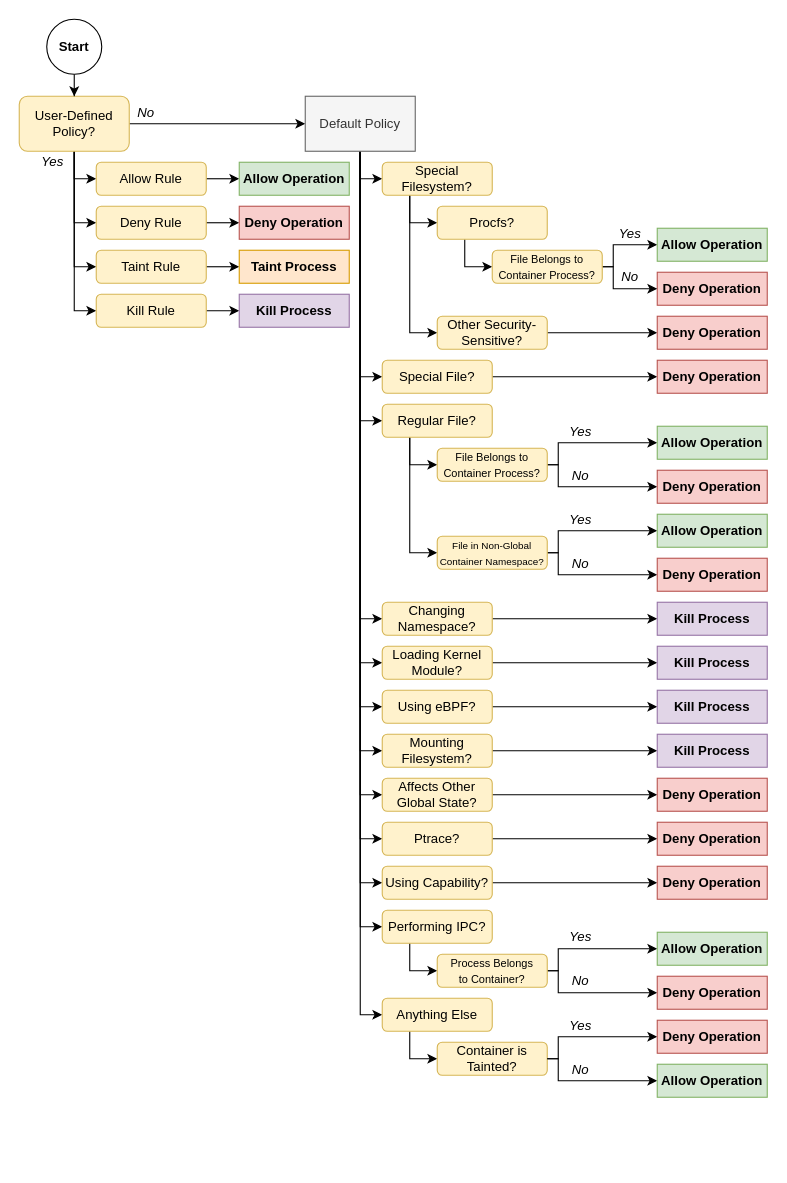
Before: thesis/figs/bpfcontain/drawio/enforcement.drawio in willfindlay/masters-thesis, a draw.io diagram. Source tidied: cells renumbered, new cells numbered last; positions are measured from the earlier drawing's top-left corner, leaving out a move shared by most shapes. Both pictures are drawn from the tidied source at 110%, with x=0, y=0 at pixel (19, 19).
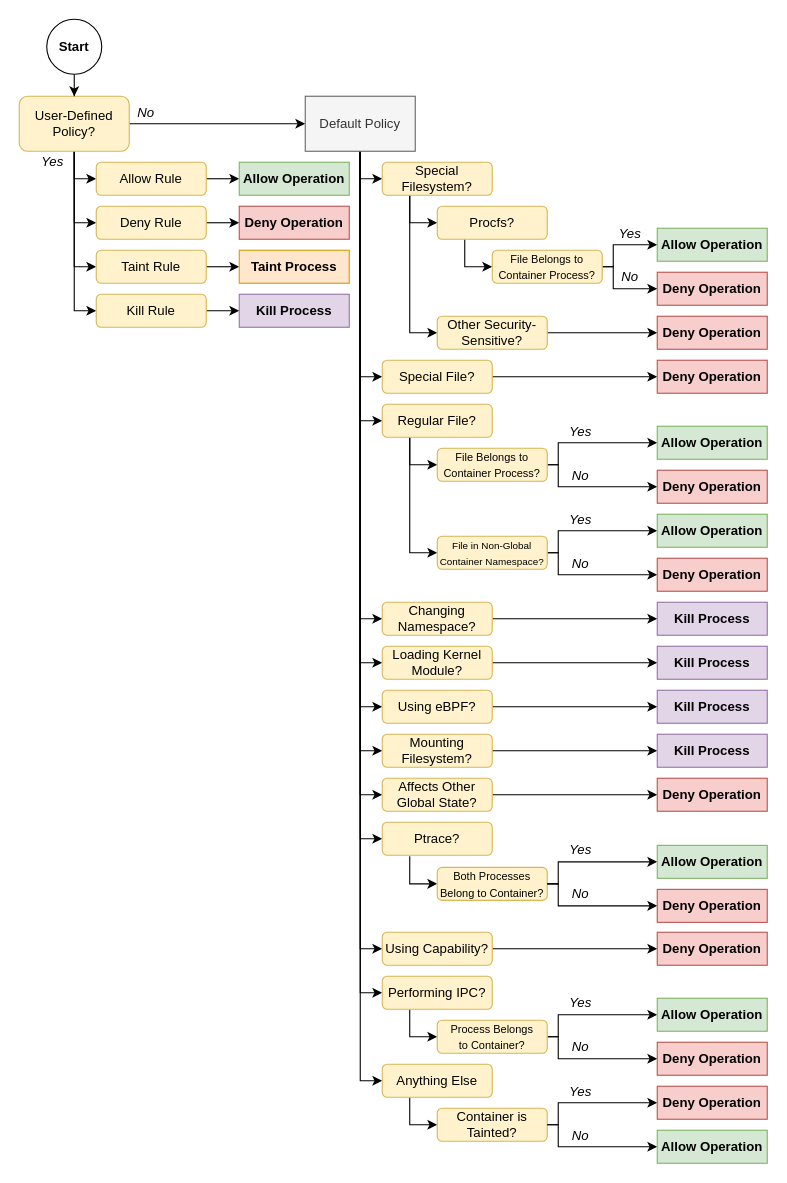
The same page after the edit.

What changed in the source:
```diff
@@
     <mxCell id="70" style="edgeStyle=orthogonalEdgeStyle;rounded=0;jettySize=auto;html=1;exitX=0.25;exitY=1;exitDx=0;exitDy=0;entryX=0;entryY=0.5;entryDx=0;entryDy=0;" parent="1" edge="1" source="71" target="76">
       <mxGeometry relative="1" as="geometry">
         <Array as="points">
-          <mxPoint x="355" y="865" />
+          <mxPoint x="355" y="925" />
         </Array>
       </mxGeometry>
     </mxCell>
     <mxCell id="71" value="Performing IPC?" style="rounded=1;whiteSpace=wrap;html=1;fillColor=#fff2cc;strokeColor=#d6b656;" parent="1" vertex="1">
-      <mxGeometry x="330" y="810" width="100" height="30" as="geometry" />
+      <mxGeometry x="330" y="870" width="100" height="30" as="geometry" />
     </mxCell>
     <mxCell id="72" style="edgeStyle=orthogonalEdgeStyle;rounded=0;jettySize=auto;html=1;exitX=1;exitY=0.5;exitDx=0;exitDy=0;" parent="1" edge="1" source="76" target="74">
       <mxGeometry relative="1" as="geometry">
         <Array as="points">
-          <mxPoint x="490" y="865" />
-          <mxPoint x="490" y="845" />
+          <mxPoint x="490" y="925" />
+          <mxPoint x="490" y="905" />
         </Array>
       </mxGeometry>
     </mxCell>
     <mxCell id="73" style="edgeStyle=orthogonalEdgeStyle;rounded=0;jettySize=auto;html=1;exitX=1;exitY=0.5;exitDx=0;exitDy=0;" parent="1" edge="1" source="76" target="75">
       <mxGeometry relative="1" as="geometry">
         <Array as="points">
-          <mxPoint x="490" y="865" />
-          <mxPoint x="490" y="885" />
+          <mxPoint x="490" y="925" />
+          <mxPoint x="490" y="945" />
         </Array>
       </mxGeometry>
     </mxCell>
     <mxCell id="74" value="Allow Operation" style="rounded=0;whiteSpace=wrap;html=1;fillColor=#d5e8d4;strokeColor=#82b366;fontStyle=1;" parent="1" vertex="1">
-      <mxGeometry x="580" y="830" width="100" height="30" as="geometry" />
+      <mxGeometry x="580" y="890" width="100" height="30" as="geometry" />
     </mxCell>
     <mxCell id="75" value="Deny Operation" style="rounded=0;whiteSpace=wrap;html=1;fillColor=#f8cecc;strokeColor=#b85450;fontStyle=1;" parent="1" vertex="1">
-      <mxGeometry x="580" y="870" width="100" height="30" as="geometry" />
+      <mxGeometry x="580" y="930" width="100" height="30" as="geometry" />
     </mxCell>
     <mxCell id="76" value="&lt;font style=&quot;font-size: 10px&quot;&gt;Process Belongs&lt;br&gt;to Container?&lt;/font&gt;" style="rounded=1;whiteSpace=wrap;html=1;fillColor=#fff2cc;strokeColor=#d6b656;" parent="1" vertex="1">
-      <mxGeometry x="380" y="850" width="100" height="30" as="geometry" />
+      <mxGeometry x="380" y="910" width="100" height="30" as="geometry" />
     </mxCell>
     <mxCell id="77" style="edgeStyle=orthogonalEdgeStyle;rounded=0;jettySize=auto;html=1;exitX=0.25;exitY=1;exitDx=0;exitDy=0;entryX=0;entryY=0.5;entryDx=0;entryDy=0;" parent="1" edge="1" source="78" target="79">
       <mxGeometry relative="1" as="geometry">
         <Array as="points">
-          <mxPoint x="355" y="945" />
+          <mxPoint x="355" y="1005" />
         </Array>
       </mxGeometry>
     </mxCell>
     <mxCell id="78" value="Anything Else" style="rounded=1;whiteSpace=wrap;html=1;fillColor=#fff2cc;strokeColor=#d6b656;" parent="1" vertex="1">
-      <mxGeometry x="330" y="890" width="100" height="30" as="geometry" />
+      <mxGeometry x="330" y="950" width="100" height="30" as="geometry" />
     </mxCell>
     <mxCell id="79" value="Container is Tainted?" style="rounded=1;whiteSpace=wrap;html=1;fillColor=#fff2cc;strokeColor=#d6b656;" parent="1" vertex="1">
-      <mxGeometry x="380" y="930" width="100" height="30" as="geometry" />
+      <mxGeometry x="380" y="990" width="100" height="30" as="geometry" />
     </mxCell>
     <mxCell id="80" style="edgeStyle=orthogonalEdgeStyle;rounded=0;jettySize=auto;html=1;exitX=1;exitY=0.5;exitDx=0;exitDy=0;" parent="1" edge="1" target="82">
       <mxGeometry relative="1" as="geometry">
-        <mxPoint x="480" y="945" as="sourcePoint" />
+        <mxPoint x="480" y="1005" as="sourcePoint" />
         <Array as="points">
-          <mxPoint x="490" y="945" />
-          <mxPoint x="490" y="925" />
+          <mxPoint x="490" y="1005" />
+          <mxPoint x="490" y="985" />
         </Array>
       </mxGeometry>
     </mxCell>
     <mxCell id="81" style="edgeStyle=orthogonalEdgeStyle;rounded=0;jettySize=auto;html=1;exitX=1;exitY=0.5;exitDx=0;exitDy=0;" parent="1" edge="1" target="83">
       <mxGeometry relative="1" as="geometry">
-        <mxPoint x="480" y="945" as="sourcePoint" />
+        <mxPoint x="480" y="1005" as="sourcePoint" />
         <Array as="points">
-          <mxPoint x="490" y="945" />
-          <mxPoint x="490" y="965" />
+          <mxPoint x="490" y="1005" />
+          <mxPoint x="490" y="1025" />
         </Array>
       </mxGeometry>
     </mxCell>
     <mxCell id="82" value="Deny Operation" style="rounded=0;whiteSpace=wrap;html=1;fillColor=#f8cecc;strokeColor=#b85450;fontStyle=1;" parent="1" vertex="1">
-      <mxGeometry x="580" y="910" width="100" height="30" as="geometry" />
+      <mxGeometry x="580" y="970" width="100" height="30" as="geometry" />
     </mxCell>
     <mxCell id="83" value="Allow Operation" style="rounded=0;whiteSpace=wrap;html=1;fillColor=#d5e8d4;strokeColor=#82b366;fontStyle=1;" parent="1" vertex="1">
-      <mxGeometry x="580" y="950" width="100" height="30" as="geometry" />
+      <mxGeometry x="580" y="1010" width="100" height="30" as="geometry" />
     </mxCell>
@@
     <mxCell id="96" value="Yes" style="text;html=1;align=center;verticalAlign=middle;strokeColor=none;fontStyle=2;" parent="1" vertex="1">
-      <mxGeometry x="490" y="905" width="40" height="20" as="geometry" />
+      <mxGeometry x="490" y="965" width="40" height="20" as="geometry" />
     </mxCell>
     <mxCell id="97" value="No" style="text;html=1;align=center;verticalAlign=middle;strokeColor=none;fontStyle=2;" parent="1" vertex="1">
-      <mxGeometry x="495" y="945" width="30" height="20" as="geometry" />
+      <mxGeometry x="495" y="1005" width="30" height="20" as="geometry" />
     </mxCell>
     <mxCell id="98" value="No" style="text;html=1;align=center;verticalAlign=middle;strokeColor=none;fontStyle=2;" parent="1" vertex="1">
-      <mxGeometry x="495" y="864" width="30" height="20" as="geometry" />
+      <mxGeometry x="495" y="924" width="30" height="20" as="geometry" />
     </mxCell>
     <mxCell id="99" value="Yes" style="text;html=1;align=center;verticalAlign=middle;strokeColor=none;fontStyle=2;" parent="1" vertex="1">
-      <mxGeometry x="490" y="824" width="40" height="20" as="geometry" />
+      <mxGeometry x="490" y="884" width="40" height="20" as="geometry" />
     </mxCell>
@@
     <mxCell id="101" value="Using Capability?" style="rounded=1;whiteSpace=wrap;html=1;fillColor=#fff2cc;strokeColor=#d6b656;" parent="1" vertex="1">
-      <mxGeometry x="330" y="770" width="100" height="30" as="geometry" />
+      <mxGeometry x="330" y="830" width="100" height="30" as="geometry" />
     </mxCell>
     <mxCell id="102" value="Deny Operation" style="rounded=0;whiteSpace=wrap;html=1;fillColor=#f8cecc;strokeColor=#b85450;fontStyle=1;" parent="1" vertex="1">
-      <mxGeometry x="580" y="770" width="100" height="30" as="geometry" />
+      <mxGeometry x="580" y="830" width="100" height="30" as="geometry" />
     </mxCell>
@@
-    <mxCell id="108" style="edgeStyle=orthogonalEdgeStyle;rounded=0;jettySize=auto;html=1;exitX=1;exitY=0.5;exitDx=0;exitDy=0;" parent="1" edge="1" source="110" target="109">
-      <mxGeometry relative="1" as="geometry" />
-    </mxCell>
+    <mxCell id="110" value="Ptrace?" style="rounded=1;whiteSpace=wrap;html=1;fillColor=#fff2cc;strokeColor=#d6b656;" parent="1" vertex="1">
+      <mxGeometry x="330" y="730" width="100" height="30" as="geometry" />
+    </mxCell>
+    <mxCell id="111" style="edgeStyle=orthogonalEdgeStyle;rounded=0;jettySize=auto;html=1;exitX=0.25;exitY=1;exitDx=0;exitDy=0;entryX=0;entryY=0.5;entryDx=0;entryDy=0;" parent="1" edge="1" target="112">
+      <mxGeometry relative="1" as="geometry">
+        <mxPoint x="355" y="761" as="sourcePoint" />
+        <Array as="points">
+          <mxPoint x="355" y="786" />
+        </Array>
+      </mxGeometry>
+    </mxCell>
+    <mxCell id="112" value="&lt;span style=&quot;font-size: 10px&quot;&gt;Both Processes Belong to Container?&lt;/span&gt;" style="rounded=1;whiteSpace=wrap;html=1;fillColor=#fff2cc;strokeColor=#d6b656;" parent="1" vertex="1">
+      <mxGeometry x="380" y="771" width="100" height="30" as="geometry" />
+    </mxCell>
+    <mxCell id="113" style="edgeStyle=orthogonalEdgeStyle;rounded=0;jettySize=auto;html=1;exitX=1;exitY=0.5;exitDx=0;exitDy=0;" parent="1" edge="1" source="112" target="115">
+      <mxGeometry relative="1" as="geometry">
+        <Array as="points">
+          <mxPoint x="490" y="786" />
+          <mxPoint x="490" y="766" />
+        </Array>
+      </mxGeometry>
+    </mxCell>
+    <mxCell id="114" style="edgeStyle=orthogonalEdgeStyle;rounded=0;jettySize=auto;html=1;exitX=1;exitY=0.5;exitDx=0;exitDy=0;" parent="1" edge="1" source="112" target="109">
+      <mxGeometry relative="1" as="geometry">
+        <Array as="points">
+          <mxPoint x="490" y="786" />
+          <mxPoint x="490" y="806" />
+        </Array>
+      </mxGeometry>
+    </mxCell>
+    <mxCell id="115" value="Allow Operation" style="rounded=0;whiteSpace=wrap;html=1;fillColor=#d5e8d4;strokeColor=#82b366;fontStyle=1;" parent="1" vertex="1">
+      <mxGeometry x="580" y="751" width="100" height="30" as="geometry" />
+    </mxCell>
     <mxCell id="109" value="Deny Operation" style="rounded=0;whiteSpace=wrap;html=1;fillColor=#f8cecc;strokeColor=#b85450;fontStyle=1;" parent="1" vertex="1">
-      <mxGeometry x="580" y="730" width="100" height="30" as="geometry" />
+      <mxGeometry x="580" y="791" width="100" height="30" as="geometry" />
     </mxCell>
-    <mxCell id="110" value="Ptrace?" style="rounded=1;whiteSpace=wrap;html=1;fillColor=#fff2cc;strokeColor=#d6b656;" parent="1" vertex="1">
-      <mxGeometry x="330" y="730" width="100" height="30" as="geometry" />
-    </mxCell>
+    <mxCell id="116" value="No" style="text;html=1;align=center;verticalAlign=middle;strokeColor=none;fontStyle=2;" parent="1" vertex="1">
+      <mxGeometry x="495" y="785" width="30" height="20" as="geometry" />
+    </mxCell>
+    <mxCell id="117" value="Yes" style="text;html=1;align=center;verticalAlign=middle;strokeColor=none;fontStyle=2;" parent="1" vertex="1">
+      <mxGeometry x="490" y="745" width="40" height="20" as="geometry" />
+    </mxCell>
```
